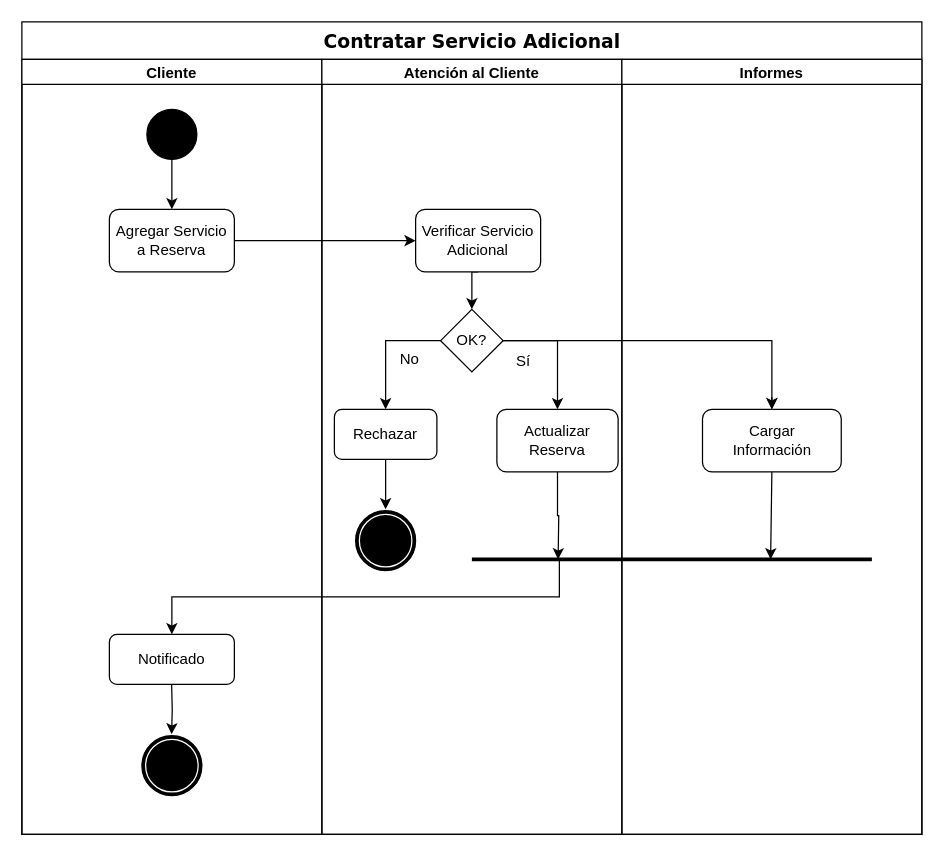
Before: TP2/diagramas/actividad/ServicioAdicional.drawio in mauro7x/aninfo, a draw.io diagram. Source tidied: cells renumbered, new cells numbered last; positions are measured from the earlier drawing's top-left corner, leaving out a move shared by most shapes. Both pictures are drawn from the tidied source at 125%, with x=0, y=0 at pixel (21, 21).
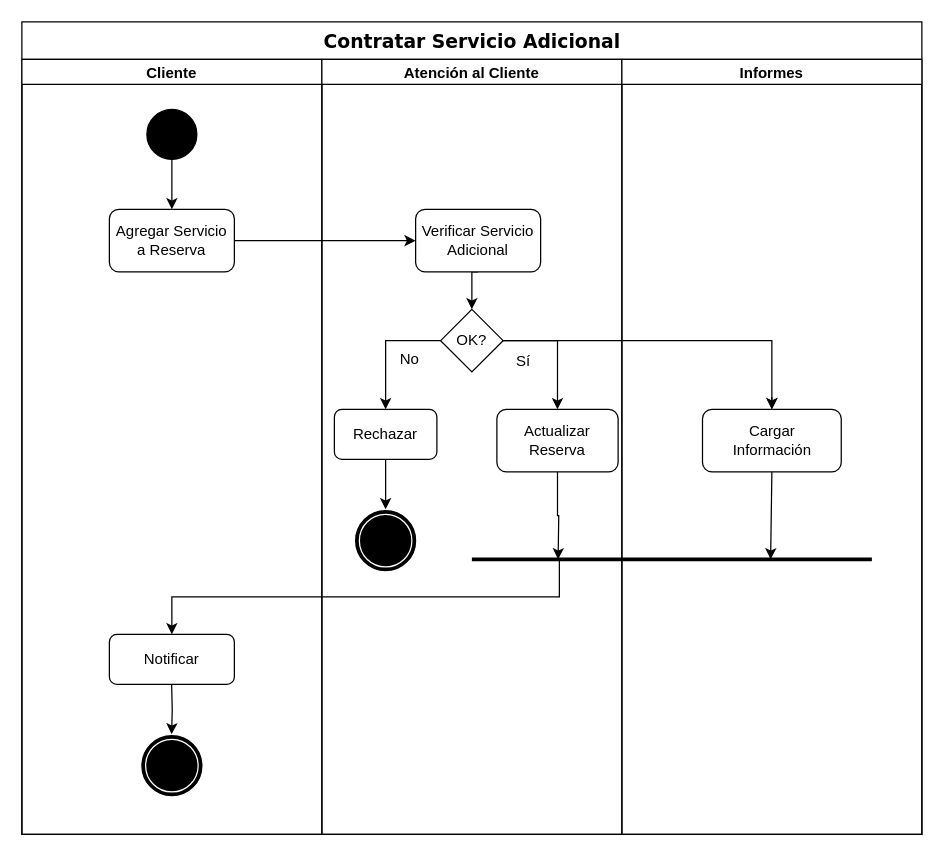
After the change.

The change refers to these unchanged cells:
```xml
<mxCell id="3" value="Cliente" style="swimlane;startSize=20;" parent="2" vertex="1">
  <mxGeometry y="30" width="240" height="620" as="geometry" />
</mxCell>
```

What changed in the source:
```diff
@@
-    <mxCell id="8" value="Notificado" style="rounded=1;whiteSpace=wrap;html=1;fillColor=#FFFFFF;" parent="3" vertex="1">
+    <mxCell id="8" value="Notificar" style="rounded=1;whiteSpace=wrap;html=1;fillColor=#FFFFFF;" parent="3" vertex="1">
       <mxGeometry x="70" y="460" width="100" height="40" as="geometry" />
     </mxCell>
```
